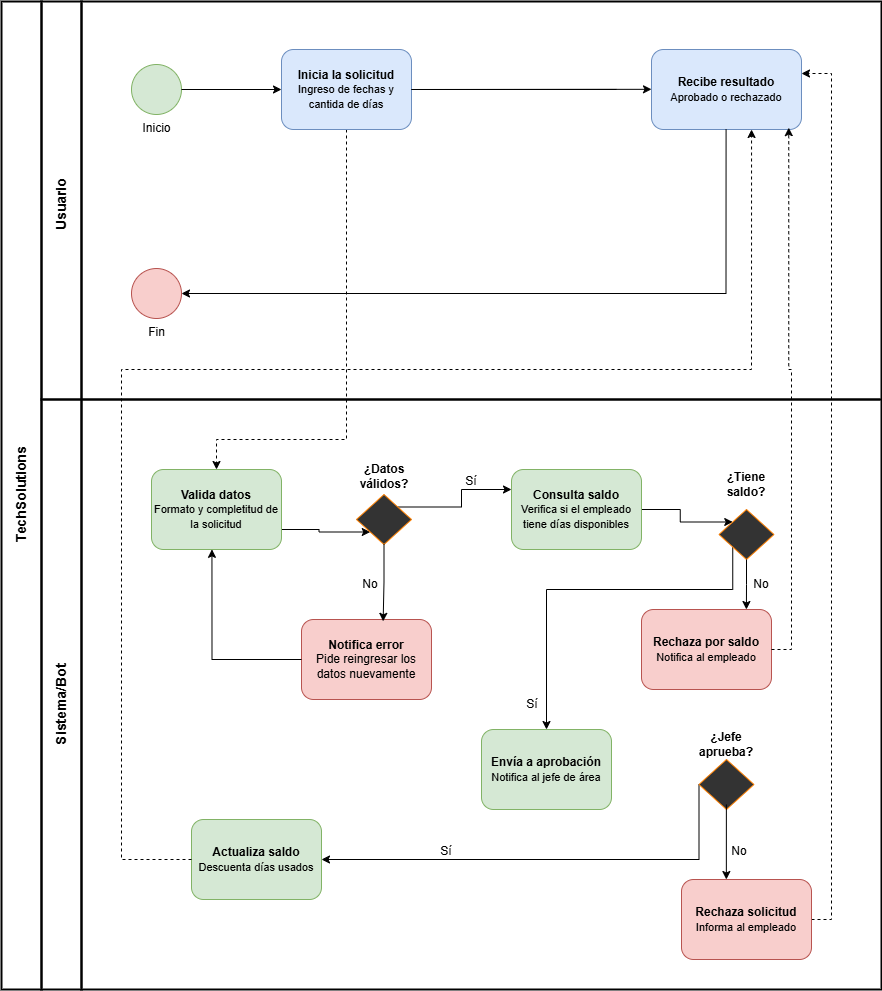
Above: img/to-be.png in sofisachetti/TPI-OE-Chatbot (draw.io), before the change. Source tidied: cells renumbered, new cells last; positions are measured from the earlier drawing's top-left corner, leaving out a move shared by most shapes. The source it was exported from:
```xml
<mxGraphModel>
  <root>
    <mxCell id="0" />
    <mxCell id="1" parent="0" />
    <mxCell id="2" value="&amp;nbsp; &amp;nbsp; " style="rounded=0;whiteSpace=wrap;html=1;fillColor=none;strokeWidth=2;" parent="1" vertex="1">
      <mxGeometry x="110" width="800" height="398" as="geometry" />
    </mxCell>
    <mxCell id="3" value="Inicio" style="shape=mxgraph.bpmn.shape;html=1;verticalLabelPosition=bottom;labelBackgroundColor=#ffffff;verticalAlign=top;perimeter=ellipsePerimeter;outline=standard;symbol=general;fillColor=#d5e8d4;strokeColor=#82b366;" parent="1" vertex="1">
      <mxGeometry x="160" y="63" width="50" height="50" as="geometry" />
    </mxCell>
    <mxCell id="4" style="edgeStyle=orthogonalEdgeStyle;rounded=0;jettySize=auto;html=1;exitX=0.5;exitY=1;exitDx=0;exitDy=0;entryX=0.5;entryY=0;entryDx=0;entryDy=0;dashed=1;" parent="1" edge="1" source="5" target="15">
      <mxGeometry relative="1" as="geometry">
        <Array as="points">
          <mxPoint x="375" y="438" />
          <mxPoint x="245" y="438" />
        </Array>
      </mxGeometry>
    </mxCell>
    <mxCell id="5" value="&lt;b&gt;Inicia la solicitud&lt;/b&gt;&lt;div&gt;&lt;font style=&quot;font-size: 11px;&quot;&gt;Ingreso de fechas y cantida de días&lt;/font&gt;&lt;/div&gt;" style="shape=ext;rounded=1;html=1;whiteSpace=wrap;fillColor=#dae8fc;strokeColor=#6c8ebf;" parent="1" vertex="1">
      <mxGeometry x="310" y="48" width="130" height="80" as="geometry" />
    </mxCell>
    <mxCell id="6" style="edgeStyle=orthogonalEdgeStyle;rounded=0;html=1;jettySize=auto;" parent="1" edge="1" source="3" target="5">
      <mxGeometry relative="1" as="geometry" />
    </mxCell>
    <mxCell id="7" style="edgeStyle=orthogonalEdgeStyle;rounded=0;html=1;jettySize=auto;orthogonalLoop=1;" parent="1" edge="1">
      <mxGeometry relative="1" as="geometry">
        <mxPoint x="645" y="87.9" as="sourcePoint" />
        <mxPoint x="680" y="87.8" as="targetPoint" />
        <Array as="points">
          <mxPoint x="440" y="88" />
          <mxPoint x="440" y="88" />
        </Array>
      </mxGeometry>
    </mxCell>
    <mxCell id="8" value="Fin" style="shape=mxgraph.bpmn.shape;html=1;verticalLabelPosition=bottom;labelBackgroundColor=#ffffff;verticalAlign=top;perimeter=ellipsePerimeter;outline=standard;symbol=general;fillColor=#f8cecc;strokeColor=#b85450;" parent="1" vertex="1">
      <mxGeometry x="160" y="267" width="50" height="50" as="geometry" />
    </mxCell>
    <mxCell id="9" style="rounded=0;whiteSpace=wrap;html=1;fillColor=none;strokeWidth=2;" parent="1" vertex="1">
      <mxGeometry x="110" y="398" width="800" height="590" as="geometry" />
    </mxCell>
    <mxCell id="10" style="rounded=0;whiteSpace=wrap;html=1;fillColor=none;strokeWidth=2;" parent="1" vertex="1">
      <mxGeometry x="70" width="40" height="398" as="geometry" />
    </mxCell>
    <mxCell id="11" style="rounded=0;whiteSpace=wrap;html=1;fillColor=none;strokeWidth=2;" parent="1" vertex="1">
      <mxGeometry x="70" y="398" width="40" height="590" as="geometry" />
    </mxCell>
    <mxCell id="12" value="&lt;div&gt;&lt;font style=&quot;&quot;&gt;&lt;b&gt;Recibe resultado&lt;/b&gt;&lt;/font&gt;&lt;/div&gt;&lt;div&gt;&lt;font style=&quot;font-size: 11px;&quot;&gt;Aprobado o rechazado&lt;/font&gt;&lt;/div&gt;" style="shape=ext;rounded=1;html=1;whiteSpace=wrap;fillColor=#dae8fc;strokeColor=#6c8ebf;" parent="1" vertex="1">
      <mxGeometry x="680" y="48" width="150" height="80" as="geometry" />
    </mxCell>
    <mxCell id="13" style="endArrow=classic;html=1;rounded=0;edgeStyle=orthogonalEdgeStyle;entryX=1;entryY=0.5;entryDx=0;entryDy=0;" parent="1" edge="1" target="8">
      <mxGeometry relative="1" as="geometry">
        <mxPoint x="754.6" y="128" as="sourcePoint" />
        <Array as="points">
          <mxPoint x="755" y="292" />
        </Array>
      </mxGeometry>
    </mxCell>
    <mxCell id="14" style="edgeStyle=orthogonalEdgeStyle;rounded=0;jettySize=auto;html=1;exitX=1;exitY=0.75;exitDx=0;exitDy=0;entryX=0;entryY=1;entryDx=0;entryDy=0;" parent="1" edge="1" source="15" target="25">
      <mxGeometry relative="1" as="geometry" />
    </mxCell>
    <mxCell id="15" value="&lt;b&gt;Valida datos&lt;/b&gt;&lt;div&gt;&lt;font style=&quot;font-size: 11px;&quot;&gt;Formato y completitud de la solicitud&lt;/font&gt;&lt;/div&gt;" style="shape=ext;rounded=1;html=1;whiteSpace=wrap;fillColor=#d5e8d4;strokeColor=#82b366;" parent="1" vertex="1">
      <mxGeometry x="180" y="468" width="130" height="80" as="geometry" />
    </mxCell>
    <mxCell id="16" style="edgeStyle=orthogonalEdgeStyle;rounded=0;jettySize=auto;html=1;exitX=1;exitY=0.5;exitDx=0;exitDy=0;entryX=0;entryY=0;entryDx=0;entryDy=0;" parent="1" edge="1" source="17" target="29">
      <mxGeometry relative="1" as="geometry" />
    </mxCell>
    <mxCell id="17" value="&lt;b&gt;Consulta saldo&lt;/b&gt;&lt;div&gt;&lt;font style=&quot;font-size: 11px;&quot;&gt;Verifica si el empleado tiene días disponibles&lt;/font&gt;&lt;/div&gt;" style="shape=ext;rounded=1;html=1;whiteSpace=wrap;fillColor=#d5e8d4;strokeColor=#82b366;" parent="1" vertex="1">
      <mxGeometry x="540" y="468" width="130" height="80" as="geometry" />
    </mxCell>
    <mxCell id="18" value="&lt;b&gt;Rechaza por saldo&lt;/b&gt;&lt;div&gt;&lt;font style=&quot;font-size: 11px;&quot;&gt;Notifica al empleado&lt;/font&gt;&lt;/div&gt;" style="shape=ext;rounded=1;html=1;whiteSpace=wrap;fillColor=#f8cecc;strokeColor=#b85450;" parent="1" vertex="1">
      <mxGeometry x="670" y="608" width="130" height="80" as="geometry" />
    </mxCell>
    <mxCell id="19" value="&lt;b&gt;Notifica error&lt;/b&gt;&lt;div&gt;Pide reingresar los datos nuevamente&lt;/div&gt;" style="shape=ext;rounded=1;html=1;whiteSpace=wrap;fillColor=#f8cecc;strokeColor=#b85450;" parent="1" vertex="1">
      <mxGeometry x="330" y="618" width="130" height="80" as="geometry" />
    </mxCell>
    <mxCell id="20" value="&lt;b&gt;Envía a aprobación&lt;/b&gt;&lt;div&gt;&lt;font style=&quot;font-size: 11px;&quot;&gt;Notifica al jefe de área&lt;/font&gt;&lt;/div&gt;" style="shape=ext;rounded=1;html=1;whiteSpace=wrap;fillColor=#d5e8d4;strokeColor=#82b366;" parent="1" vertex="1">
      <mxGeometry x="510" y="728" width="130" height="80" as="geometry" />
    </mxCell>
    <mxCell id="21" style="edgeStyle=orthogonalEdgeStyle;rounded=0;jettySize=auto;html=1;exitX=1;exitY=0.5;exitDx=0;exitDy=0;dashed=1;" parent="1" edge="1" source="22" target="12">
      <mxGeometry relative="1" as="geometry">
        <Array as="points">
          <mxPoint x="860" y="918" />
          <mxPoint x="860" y="72" />
        </Array>
      </mxGeometry>
    </mxCell>
    <mxCell id="22" value="&lt;b&gt;Rechaza solicitud&lt;/b&gt;&lt;div&gt;&lt;font style=&quot;font-size: 11px;&quot;&gt;Informa al empleado&lt;/font&gt;&lt;/div&gt;" style="shape=ext;rounded=1;html=1;whiteSpace=wrap;fillColor=#f8cecc;strokeColor=#b85450;" parent="1" vertex="1">
      <mxGeometry x="710" y="878" width="130" height="80" as="geometry" />
    </mxCell>
    <mxCell id="23" value="&lt;b&gt;Actualiza saldo&lt;/b&gt;&lt;div&gt;&lt;font style=&quot;font-size: 11px;&quot;&gt;Descuenta días usados&lt;/font&gt;&lt;/div&gt;" style="shape=ext;rounded=1;html=1;whiteSpace=wrap;fillColor=#d5e8d4;strokeColor=#82b366;" parent="1" vertex="1">
      <mxGeometry x="220" y="818" width="130" height="80" as="geometry" />
    </mxCell>
    <mxCell id="24" style="edgeStyle=orthogonalEdgeStyle;rounded=0;jettySize=auto;html=1;exitX=1;exitY=0;exitDx=0;exitDy=0;entryX=0;entryY=0.25;entryDx=0;entryDy=0;" parent="1" edge="1" source="25" target="17">
      <mxGeometry relative="1" as="geometry" />
    </mxCell>
    <mxCell id="25" style="rhombus;whiteSpace=wrap;html=1;fillColor=#333333;strokeColor=#FF8000;gradientColor=none;" parent="1" vertex="1">
      <mxGeometry x="385" y="493" width="55" height="50" as="geometry" />
    </mxCell>
    <mxCell id="26" style="edgeStyle=orthogonalEdgeStyle;rounded=0;jettySize=auto;html=1;exitX=0;exitY=0.5;exitDx=0;exitDy=0;entryX=1;entryY=0.5;entryDx=0;entryDy=0;" parent="1" edge="1" source="27" target="23">
      <mxGeometry relative="1" as="geometry">
        <Array as="points">
          <mxPoint x="728" y="858" />
        </Array>
      </mxGeometry>
    </mxCell>
    <mxCell id="27" style="rhombus;whiteSpace=wrap;html=1;fillColor=#333333;strokeColor=#FF8000;gradientColor=none;" parent="1" vertex="1">
      <mxGeometry x="727.5" y="758" width="55" height="50" as="geometry" />
    </mxCell>
    <mxCell id="28" style="edgeStyle=orthogonalEdgeStyle;rounded=0;jettySize=auto;html=1;exitX=0;exitY=1;exitDx=0;exitDy=0;entryX=0.5;entryY=0;entryDx=0;entryDy=0;" parent="1" edge="1" source="29" target="20">
      <mxGeometry relative="1" as="geometry">
        <Array as="points">
          <mxPoint x="761" y="588" />
          <mxPoint x="575" y="588" />
        </Array>
      </mxGeometry>
    </mxCell>
    <mxCell id="29" style="rhombus;whiteSpace=wrap;html=1;fillColor=#333333;strokeColor=#FF8000;gradientColor=none;" parent="1" vertex="1">
      <mxGeometry x="747.5" y="508" width="55" height="50" as="geometry" />
    </mxCell>
    <mxCell id="30" value="&lt;b&gt;¿Datos válidos?&lt;/b&gt;" style="text;html=1;whiteSpace=wrap;strokeColor=none;fillColor=none;align=center;verticalAlign=middle;rounded=0;" parent="1" vertex="1">
      <mxGeometry x="382.5" y="460" width="60" height="30" as="geometry" />
    </mxCell>
    <mxCell id="31" style="edgeStyle=orthogonalEdgeStyle;rounded=0;jettySize=auto;html=1;exitX=0.5;exitY=1;exitDx=0;exitDy=0;entryX=0.628;entryY=0.023;entryDx=0;entryDy=0;entryPerimeter=0;" parent="1" edge="1" source="25" target="19">
      <mxGeometry relative="1" as="geometry" />
    </mxCell>
    <mxCell id="32" style="edgeStyle=orthogonalEdgeStyle;rounded=0;jettySize=auto;html=1;exitX=0;exitY=0.5;exitDx=0;exitDy=0;entryX=0.465;entryY=0.998;entryDx=0;entryDy=0;entryPerimeter=0;" parent="1" edge="1" source="19" target="15">
      <mxGeometry relative="1" as="geometry" />
    </mxCell>
    <mxCell id="33" value="No" style="text;html=1;whiteSpace=wrap;strokeColor=none;fillColor=none;align=center;verticalAlign=middle;rounded=0;" parent="1" vertex="1">
      <mxGeometry x="369" y="568" width="60" height="30" as="geometry" />
    </mxCell>
    <mxCell id="34" value="Sí" style="text;html=1;whiteSpace=wrap;strokeColor=none;fillColor=none;align=center;verticalAlign=middle;rounded=0;" parent="1" vertex="1">
      <mxGeometry x="470" y="465" width="60" height="30" as="geometry" />
    </mxCell>
    <mxCell id="35" value="&lt;b&gt;¿Tiene saldo?&lt;/b&gt;" style="text;html=1;whiteSpace=wrap;strokeColor=none;fillColor=none;align=center;verticalAlign=middle;rounded=0;" parent="1" vertex="1">
      <mxGeometry x="745" y="468" width="60" height="30" as="geometry" />
    </mxCell>
    <mxCell id="36" style="edgeStyle=orthogonalEdgeStyle;rounded=0;jettySize=auto;html=1;exitX=0.5;exitY=1;exitDx=0;exitDy=0;entryX=0.807;entryY=0;entryDx=0;entryDy=0;entryPerimeter=0;" parent="1" edge="1" source="29" target="18">
      <mxGeometry relative="1" as="geometry" />
    </mxCell>
    <mxCell id="37" value="No" style="text;html=1;whiteSpace=wrap;strokeColor=none;fillColor=none;align=center;verticalAlign=middle;rounded=0;" parent="1" vertex="1">
      <mxGeometry x="770" y="568" width="40" height="30" as="geometry" />
    </mxCell>
    <mxCell id="38" value="Sí" style="text;html=1;whiteSpace=wrap;strokeColor=none;fillColor=none;align=center;verticalAlign=middle;rounded=0;" parent="1" vertex="1">
      <mxGeometry x="546" y="688" width="30" height="30" as="geometry" />
    </mxCell>
    <mxCell id="39" style="edgeStyle=orthogonalEdgeStyle;rounded=0;jettySize=auto;html=1;exitX=1;exitY=0.5;exitDx=0;exitDy=0;entryX=0.915;entryY=0.977;entryDx=0;entryDy=0;entryPerimeter=0;dashed=1;" parent="1" edge="1" source="18" target="12">
      <mxGeometry relative="1" as="geometry" />
    </mxCell>
    <mxCell id="40" value="&lt;b&gt;¿Jefe aprueba?&lt;/b&gt;" style="text;html=1;whiteSpace=wrap;strokeColor=none;fillColor=none;align=center;verticalAlign=middle;rounded=0;" parent="1" vertex="1">
      <mxGeometry x="725" y="728" width="60" height="30" as="geometry" />
    </mxCell>
    <mxCell id="41" style="edgeStyle=orthogonalEdgeStyle;rounded=0;orthogonalLoop=1;jettySize=auto;html=1;exitX=0.5;exitY=1;exitDx=0;exitDy=0;entryX=0.346;entryY=0.063;entryDx=0;entryDy=0;entryPerimeter=0;" parent="1" edge="1">
      <mxGeometry relative="1" as="geometry">
        <mxPoint x="754.9" y="803" as="sourcePoint" />
        <mxPoint x="754.9" y="878" as="targetPoint" />
      </mxGeometry>
    </mxCell>
    <mxCell id="42" value="Sí" style="text;html=1;whiteSpace=wrap;strokeColor=none;fillColor=none;align=center;verticalAlign=middle;rounded=0;" parent="1" vertex="1">
      <mxGeometry x="460" y="835" width="30" height="30" as="geometry" />
    </mxCell>
    <mxCell id="43" value="No" style="text;html=1;whiteSpace=wrap;strokeColor=none;fillColor=none;align=center;verticalAlign=middle;rounded=0;" parent="1" vertex="1">
      <mxGeometry x="747.5" y="835" width="40" height="30" as="geometry" />
    </mxCell>
    <mxCell id="44" style="edgeStyle=orthogonalEdgeStyle;rounded=0;jettySize=auto;html=1;exitX=0;exitY=0.5;exitDx=0;exitDy=0;entryX=0.667;entryY=1;entryDx=0;entryDy=0;entryPerimeter=0;dashed=1;" parent="1" edge="1" source="23" target="12">
      <mxGeometry relative="1" as="geometry">
        <Array as="points">
          <mxPoint x="150" y="858" />
          <mxPoint x="150" y="368" />
          <mxPoint x="780" y="368" />
        </Array>
      </mxGeometry>
    </mxCell>
    <mxCell id="45" style="rounded=0;whiteSpace=wrap;html=1;fillColor=none;strokeWidth=2;" parent="1" vertex="1">
      <mxGeometry x="30" width="40" height="988" as="geometry" />
    </mxCell>
    <mxCell id="46" value="Sistema/Bot" style="text;html=1;whiteSpace=wrap;strokeColor=none;fillColor=none;align=center;verticalAlign=middle;rounded=0;rotation=-90;fontSize=14;fontStyle=1;" parent="1" vertex="1">
      <mxGeometry x="40" y="688" width="100" height="30" as="geometry" />
    </mxCell>
    <mxCell id="47" value="Usuario" style="text;html=1;whiteSpace=wrap;strokeColor=none;fillColor=none;align=center;verticalAlign=middle;rounded=0;rotation=-90;fontSize=14;fontStyle=1;" parent="1" vertex="1">
      <mxGeometry x="40" y="188" width="100" height="30" as="geometry" />
    </mxCell>
    <mxCell id="48" value="TechSolutions" style="text;html=1;whiteSpace=wrap;strokeColor=none;fillColor=none;align=center;verticalAlign=middle;rounded=0;rotation=-90;fontSize=14;fontStyle=1;" parent="1" vertex="1">
      <mxGeometry y="478" width="100" height="30" as="geometry" />
    </mxCell>
  </root>
</mxGraphModel>
```
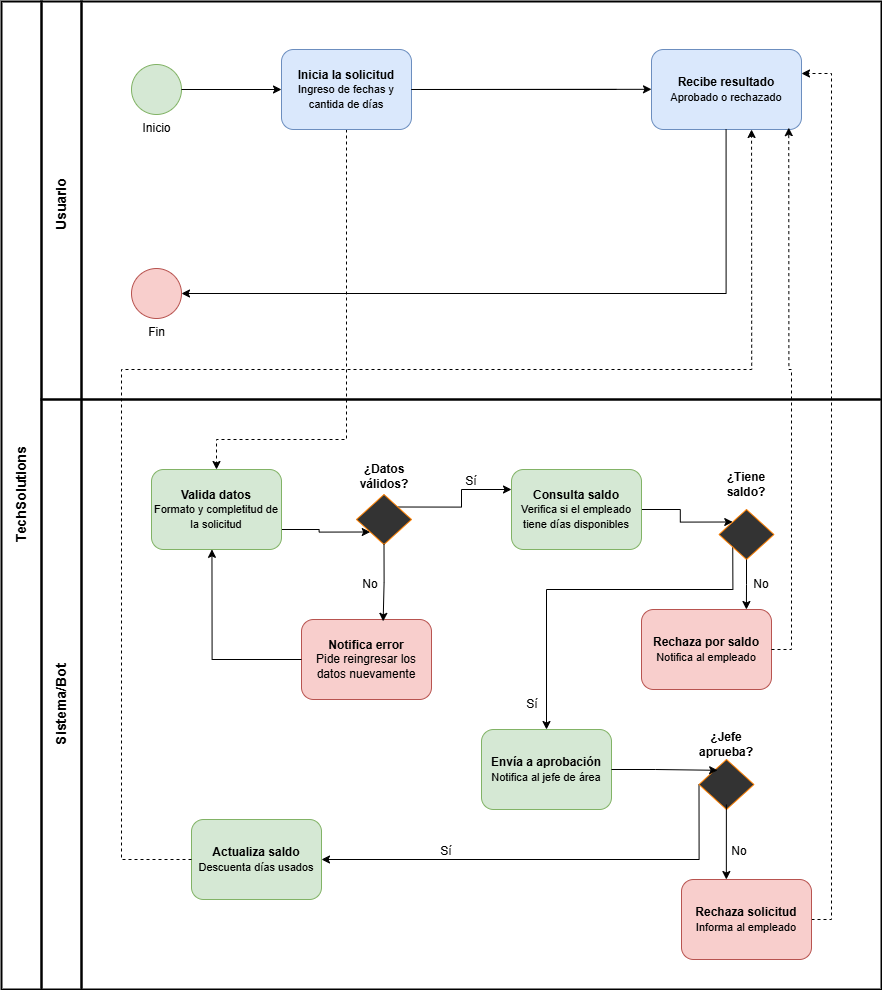
The same diagram one commit later.

Commit message:
Modifico to-be.png por error en calidad de imagen

Change to the diagram source:
```diff
@@ -183,5 +183,8 @@
     <mxCell id="48" value="TechSolutions" style="text;html=1;whiteSpace=wrap;strokeColor=none;fillColor=none;align=center;verticalAlign=middle;rounded=0;rotation=-90;fontSize=14;fontStyle=1;" parent="1" vertex="1">
       <mxGeometry y="478" width="100" height="30" as="geometry" />
     </mxCell>
+    <mxCell id="49" style="edgeStyle=orthogonalEdgeStyle;rounded=0;jettySize=auto;html=1;exitX=1;exitY=0.5;exitDx=0;exitDy=0;entryX=0.339;entryY=0.216;entryDx=0;entryDy=0;entryPerimeter=0;" parent="1" edge="1" source="20" target="27">
+      <mxGeometry relative="1" as="geometry" />
+    </mxCell>
   </root>
 </mxGraphModel>
```
